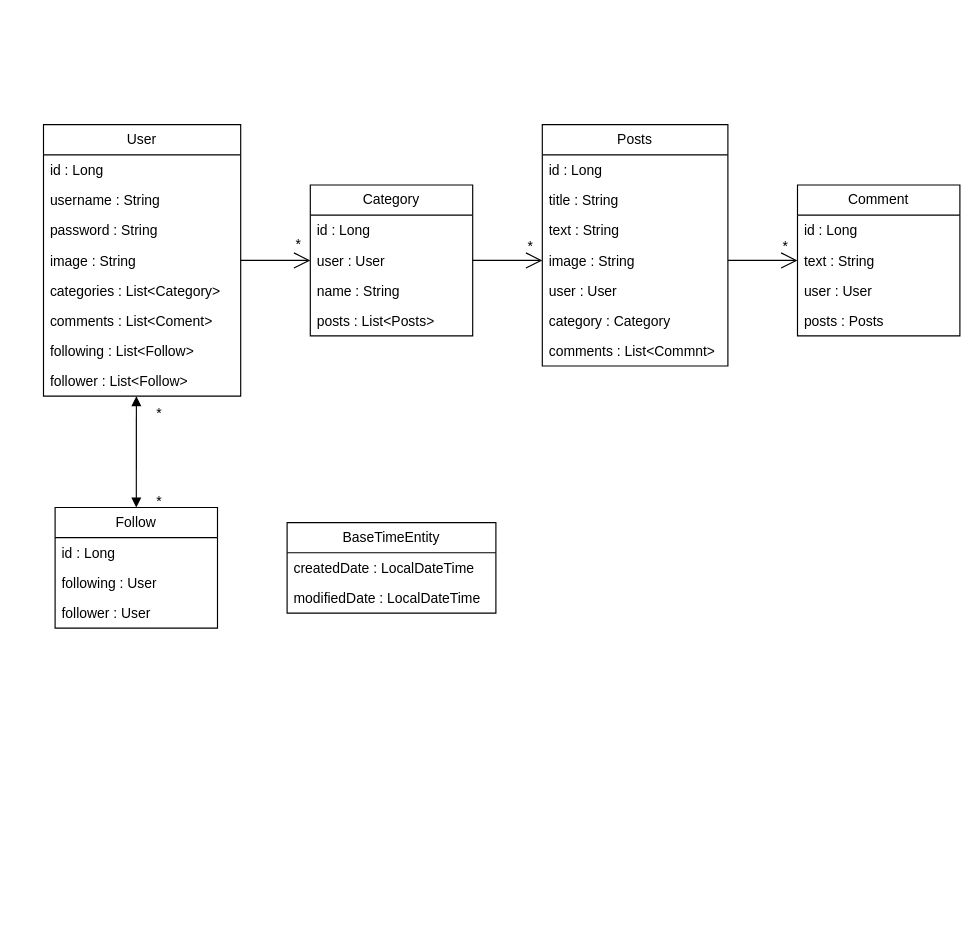
Before: collection-record-class.drawio in seo92js/collection-record, a draw.io diagram. Source tidied: cells renumbered, new cells numbered last; positions are measured from the earlier drawing's top-left corner, leaving out a move shared by most shapes. Both pictures are drawn from the tidied source at 116%, with x=0, y=0 at pixel (43, 124).
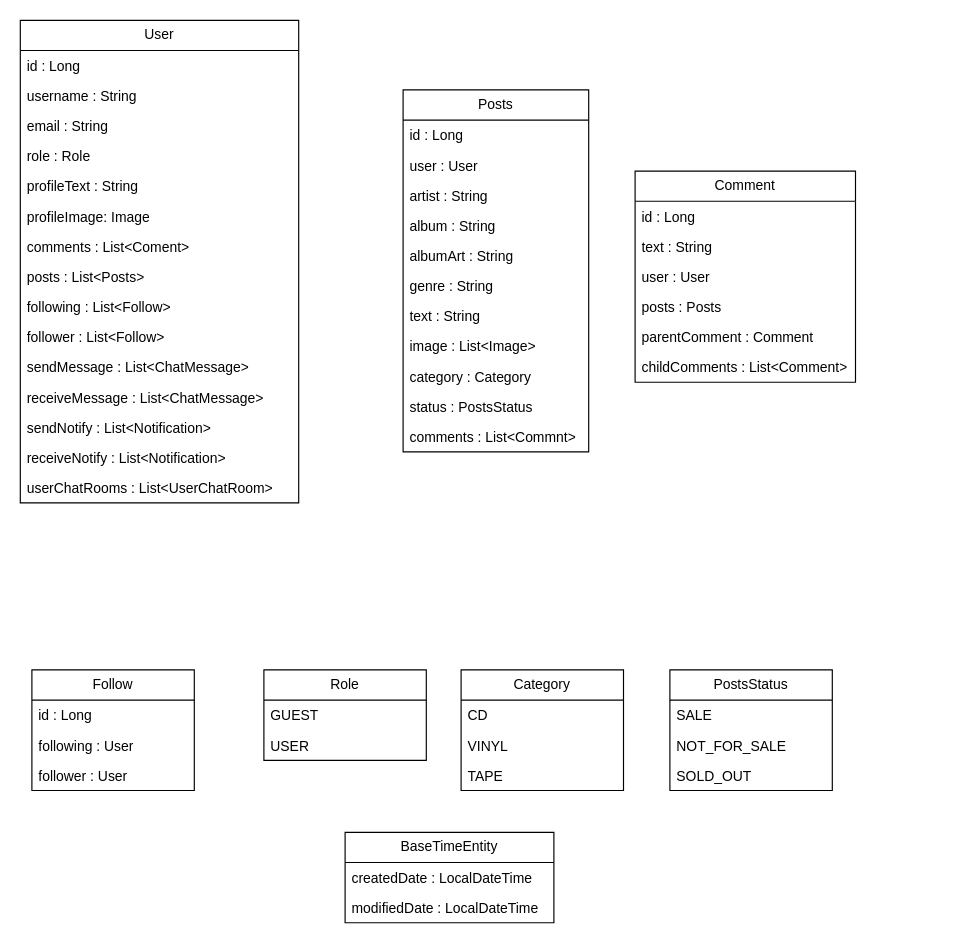
The same page after the edit.

Change to the diagram source:
```diff
@@
     <mxCell id="2" value="User" style="swimlane;fontStyle=0;horizontal=1;startSize=26;fillColor=none;whiteSpace=wrap;html=1;" parent="1" vertex="1">
-      <mxGeometry width="170" height="234" as="geometry" />
+      <mxGeometry x="-20" y="-90" width="240" height="416" as="geometry" />
     </mxCell>
     <mxCell id="3" value="id : Long" style="text;strokeColor=none;fillColor=none;align=left;verticalAlign=top;spacingLeft=4;spacingRight=4;overflow=hidden;whiteSpace=wrap;html=1;" parent="2" vertex="1">
-      <mxGeometry y="26" width="170" height="26" as="geometry" />
+      <mxGeometry y="26" width="240" height="26" as="geometry" />
     </mxCell>
     <mxCell id="4" value="username : String" style="text;strokeColor=none;fillColor=none;align=left;verticalAlign=top;spacingLeft=4;spacingRight=4;overflow=hidden;whiteSpace=wrap;html=1;" parent="2" vertex="1">
-      <mxGeometry y="52" width="170" height="26" as="geometry" />
+      <mxGeometry y="52" width="240" height="26" as="geometry" />
     </mxCell>
-    <mxCell id="5" value="password : String" style="text;strokeColor=none;fillColor=none;align=left;verticalAlign=top;spacingLeft=4;spacingRight=4;overflow=hidden;whiteSpace=wrap;html=1;" parent="2" vertex="1">
-      <mxGeometry y="78" width="170" height="26" as="geometry" />
+    <mxCell id="5" value="email&amp;nbsp;: String" style="text;strokeColor=none;fillColor=none;align=left;verticalAlign=top;spacingLeft=4;spacingRight=4;overflow=hidden;whiteSpace=wrap;html=1;" parent="2" vertex="1">
+      <mxGeometry y="78" width="240" height="26" as="geometry" />
     </mxCell>
-    <mxCell id="6" value="image : String" style="text;strokeColor=none;fillColor=none;align=left;verticalAlign=top;spacingLeft=4;spacingRight=4;overflow=hidden;points=[[0,0.5],[1,0.5]];portConstraint=eastwest;whiteSpace=wrap;html=1;" parent="2" vertex="1">
-      <mxGeometry y="104" width="170" height="26" as="geometry" />
+    <mxCell id="6" value="role : Role" style="text;strokeColor=none;fillColor=none;align=left;verticalAlign=top;spacingLeft=4;spacingRight=4;overflow=hidden;points=[[0,0.5],[1,0.5]];portConstraint=eastwest;whiteSpace=wrap;html=1;" parent="2" vertex="1">
+      <mxGeometry y="104" width="240" height="26" as="geometry" />
     </mxCell>
-    <mxCell id="7" value="categories : List&amp;lt;Category&amp;gt;&lt;br&gt;" style="text;strokeColor=none;fillColor=none;align=left;verticalAlign=top;spacingLeft=4;spacingRight=4;overflow=hidden;whiteSpace=wrap;html=1;" parent="2" vertex="1">
-      <mxGeometry y="130" width="170" height="26" as="geometry" />
-    </mxCell>
+    <mxCell id="45" value="profileText : String" style="text;strokeColor=none;fillColor=none;align=left;verticalAlign=top;spacingLeft=4;spacingRight=4;overflow=hidden;whiteSpace=wrap;html=1;" parent="2" vertex="1">
+      <mxGeometry y="130" width="240" height="26" as="geometry" />
+    </mxCell>
+    <mxCell id="46" value="profileImage: Image" style="text;strokeColor=none;fillColor=none;align=left;verticalAlign=top;spacingLeft=4;spacingRight=4;overflow=hidden;whiteSpace=wrap;html=1;" parent="2" vertex="1">
+      <mxGeometry y="156" width="240" height="26" as="geometry" />
+    </mxCell>
     <mxCell id="8" value="comments : List&amp;lt;Coment&amp;gt;" style="text;strokeColor=none;fillColor=none;align=left;verticalAlign=top;spacingLeft=4;spacingRight=4;overflow=hidden;whiteSpace=wrap;html=1;" parent="2" vertex="1">
-      <mxGeometry y="156" width="170" height="26" as="geometry" />
+      <mxGeometry y="182" width="240" height="26" as="geometry" />
     </mxCell>
+    <mxCell id="15" value="posts : List&amp;lt;Posts&amp;gt;" style="text;strokeColor=none;fillColor=none;align=left;verticalAlign=top;spacingLeft=4;spacingRight=4;overflow=hidden;whiteSpace=wrap;html=1;" parent="2" vertex="1">
+      <mxGeometry y="208" width="240" height="26" as="geometry" />
+    </mxCell>
     <mxCell id="9" value="following : List&amp;lt;Follow&amp;gt;" style="text;strokeColor=none;fillColor=none;align=left;verticalAlign=top;spacingLeft=4;spacingRight=4;overflow=hidden;whiteSpace=wrap;html=1;" parent="2" vertex="1">
-      <mxGeometry y="182" width="170" height="26" as="geometry" />
+      <mxGeometry y="234" width="240" height="26" as="geometry" />
     </mxCell>
     <mxCell id="10" value="follower : List&amp;lt;Follow&amp;gt;" style="text;strokeColor=none;fillColor=none;align=left;verticalAlign=top;spacingLeft=4;spacingRight=4;overflow=hidden;points=[[0,0.5],[1,0.5]];portConstraint=eastwest;whiteSpace=wrap;html=1;" parent="2" vertex="1">
-      <mxGeometry y="208" width="170" height="26" as="geometry" />
+      <mxGeometry y="260" width="240" height="26" as="geometry" />
     </mxCell>
+    <mxCell id="47" value="sendMessage : List&amp;lt;ChatMessage&amp;gt;" style="text;strokeColor=none;fillColor=none;align=left;verticalAlign=top;spacingLeft=4;spacingRight=4;overflow=hidden;whiteSpace=wrap;html=1;" parent="2" vertex="1">
+      <mxGeometry y="286" width="240" height="26" as="geometry" />
+    </mxCell>
+    <mxCell id="48" value="receiveMessage : List&amp;lt;ChatMessage&amp;gt;" style="text;strokeColor=none;fillColor=none;align=left;verticalAlign=top;spacingLeft=4;spacingRight=4;overflow=hidden;whiteSpace=wrap;html=1;" parent="2" vertex="1">
+      <mxGeometry y="312" width="240" height="26" as="geometry" />
+    </mxCell>
+    <mxCell id="49" value="sendNotify : List&amp;lt;Notification&amp;gt;" style="text;strokeColor=none;fillColor=none;align=left;verticalAlign=top;spacingLeft=4;spacingRight=4;overflow=hidden;whiteSpace=wrap;html=1;" parent="2" vertex="1">
+      <mxGeometry y="338" width="240" height="26" as="geometry" />
+    </mxCell>
+    <mxCell id="50" value="receiveNotify : List&amp;lt;Notification&amp;gt;" style="text;strokeColor=none;fillColor=none;align=left;verticalAlign=top;spacingLeft=4;spacingRight=4;overflow=hidden;whiteSpace=wrap;html=1;" parent="2" vertex="1">
+      <mxGeometry y="364" width="240" height="26" as="geometry" />
+    </mxCell>
+    <mxCell id="7" value="userChatRooms : List&amp;lt;UserChatRoom&amp;gt;" style="text;strokeColor=none;fillColor=none;align=left;verticalAlign=top;spacingLeft=4;spacingRight=4;overflow=hidden;whiteSpace=wrap;html=1;" parent="2" vertex="1">
+      <mxGeometry y="390" width="240" height="26" as="geometry" />
+    </mxCell>
     <mxCell id="11" value="Category" style="swimlane;fontStyle=0;horizontal=1;startSize=26;fillColor=none;whiteSpace=wrap;html=1;" parent="1" vertex="1">
-      <mxGeometry x="230" y="52" width="140" height="130" as="geometry" />
+      <mxGeometry x="360" y="470" width="140" height="104" as="geometry" />
     </mxCell>
-    <mxCell id="12" value="id : Long" style="text;strokeColor=none;fillColor=none;align=left;verticalAlign=top;spacingLeft=4;spacingRight=4;overflow=hidden;whiteSpace=wrap;html=1;" parent="11" vertex="1">
+    <mxCell id="12" value="CD" style="text;strokeColor=none;fillColor=none;align=left;verticalAlign=top;spacingLeft=4;spacingRight=4;overflow=hidden;whiteSpace=wrap;html=1;" parent="11" vertex="1">
       <mxGeometry y="26" width="140" height="26" as="geometry" />
     </mxCell>
-    <mxCell id="13" value="user : User" style="text;strokeColor=none;fillColor=none;align=left;verticalAlign=top;spacingLeft=4;spacingRight=4;overflow=hidden;points=[[0,0.5],[1,0.5]];portConstraint=eastwest;whiteSpace=wrap;html=1;" parent="11" vertex="1">
+    <mxCell id="13" value="VINYL" style="text;strokeColor=none;fillColor=none;align=left;verticalAlign=top;spacingLeft=4;spacingRight=4;overflow=hidden;points=[[0,0.5],[1,0.5]];portConstraint=eastwest;whiteSpace=wrap;html=1;" parent="11" vertex="1">
       <mxGeometry y="52" width="140" height="26" as="geometry" />
     </mxCell>
-    <mxCell id="14" value="name : String" style="text;strokeColor=none;fillColor=none;align=left;verticalAlign=top;spacingLeft=4;spacingRight=4;overflow=hidden;whiteSpace=wrap;html=1;" parent="11" vertex="1">
+    <mxCell id="14" value="TAPE" style="text;strokeColor=none;fillColor=none;align=left;verticalAlign=top;spacingLeft=4;spacingRight=4;overflow=hidden;whiteSpace=wrap;html=1;" parent="11" vertex="1">
       <mxGeometry y="78" width="140" height="26" as="geometry" />
     </mxCell>
-    <mxCell id="15" value="posts : List&amp;lt;Posts&amp;gt;" style="text;strokeColor=none;fillColor=none;align=left;verticalAlign=top;spacingLeft=4;spacingRight=4;overflow=hidden;whiteSpace=wrap;html=1;" parent="11" vertex="1">
-      <mxGeometry y="104" width="140" height="26" as="geometry" />
-    </mxCell>
     <mxCell id="16" value="Posts" style="swimlane;fontStyle=0;horizontal=1;startSize=26;fillColor=none;whiteSpace=wrap;html=1;" parent="1" vertex="1">
-      <mxGeometry x="430" width="160" height="208" as="geometry" />
+      <mxGeometry x="310" y="-30" width="160" height="312" as="geometry" />
     </mxCell>
@@
-    <mxCell id="18" value="title : String" style="text;strokeColor=none;fillColor=none;align=left;verticalAlign=top;spacingLeft=4;spacingRight=4;overflow=hidden;whiteSpace=wrap;html=1;" parent="16" vertex="1">
-      <mxGeometry y="52" width="160" height="26" as="geometry" />
-    </mxCell>
+    <mxCell id="21" value="user : User" style="text;strokeColor=none;fillColor=none;align=left;verticalAlign=top;spacingLeft=4;spacingRight=4;overflow=hidden;whiteSpace=wrap;html=1;" parent="16" vertex="1">
+      <mxGeometry y="52" width="160" height="26" as="geometry" />
+    </mxCell>
+    <mxCell id="51" value="artist : String" style="text;strokeColor=none;fillColor=none;align=left;verticalAlign=top;spacingLeft=4;spacingRight=4;overflow=hidden;whiteSpace=wrap;html=1;" parent="16" vertex="1">
+      <mxGeometry y="78" width="160" height="26" as="geometry" />
+    </mxCell>
+    <mxCell id="52" value="album : String" style="text;strokeColor=none;fillColor=none;align=left;verticalAlign=top;spacingLeft=4;spacingRight=4;overflow=hidden;whiteSpace=wrap;html=1;" parent="16" vertex="1">
+      <mxGeometry y="104" width="160" height="26" as="geometry" />
+    </mxCell>
+    <mxCell id="53" value="albumArt : String" style="text;strokeColor=none;fillColor=none;align=left;verticalAlign=top;spacingLeft=4;spacingRight=4;overflow=hidden;whiteSpace=wrap;html=1;" parent="16" vertex="1">
+      <mxGeometry y="130" width="160" height="26" as="geometry" />
+    </mxCell>
+    <mxCell id="54" value="genre : String" style="text;strokeColor=none;fillColor=none;align=left;verticalAlign=top;spacingLeft=4;spacingRight=4;overflow=hidden;whiteSpace=wrap;html=1;" parent="16" vertex="1">
+      <mxGeometry y="156" width="160" height="26" as="geometry" />
+    </mxCell>
     <mxCell id="19" value="text : String" style="text;strokeColor=none;fillColor=none;align=left;verticalAlign=top;spacingLeft=4;spacingRight=4;overflow=hidden;whiteSpace=wrap;html=1;" parent="16" vertex="1">
-      <mxGeometry y="78" width="160" height="26" as="geometry" />
+      <mxGeometry y="182" width="160" height="26" as="geometry" />
     </mxCell>
-    <mxCell id="20" value="image : String" style="text;strokeColor=none;fillColor=none;align=left;verticalAlign=top;spacingLeft=4;spacingRight=4;overflow=hidden;points=[[0,0.5],[1,0.5]];portConstraint=eastwest;whiteSpace=wrap;html=1;" parent="16" vertex="1">
-      <mxGeometry y="104" width="160" height="26" as="geometry" />
+    <mxCell id="20" value="image : List&amp;lt;Image&amp;gt;" style="text;strokeColor=none;fillColor=none;align=left;verticalAlign=top;spacingLeft=4;spacingRight=4;overflow=hidden;points=[[0,0.5],[1,0.5]];portConstraint=eastwest;whiteSpace=wrap;html=1;" parent="16" vertex="1">
+      <mxGeometry y="208" width="160" height="26" as="geometry" />
     </mxCell>
-    <mxCell id="21" value="user : User" style="text;strokeColor=none;fillColor=none;align=left;verticalAlign=top;spacingLeft=4;spacingRight=4;overflow=hidden;whiteSpace=wrap;html=1;" parent="16" vertex="1">
-      <mxGeometry y="130" width="160" height="26" as="geometry" />
-    </mxCell>
     <mxCell id="22" value="category : Category" style="text;strokeColor=none;fillColor=none;align=left;verticalAlign=top;spacingLeft=4;spacingRight=4;overflow=hidden;whiteSpace=wrap;html=1;" parent="16" vertex="1">
-      <mxGeometry y="156" width="160" height="26" as="geometry" />
+      <mxGeometry y="234" width="160" height="26" as="geometry" />
     </mxCell>
+    <mxCell id="55" value="status : PostsStatus" style="text;strokeColor=none;fillColor=none;align=left;verticalAlign=top;spacingLeft=4;spacingRight=4;overflow=hidden;whiteSpace=wrap;html=1;" parent="16" vertex="1">
+      <mxGeometry y="260" width="160" height="26" as="geometry" />
+    </mxCell>
     <mxCell id="23" value="comments : List&amp;lt;Commnt&amp;gt;" style="text;strokeColor=none;fillColor=none;align=left;verticalAlign=top;spacingLeft=4;spacingRight=4;overflow=hidden;whiteSpace=wrap;html=1;" parent="16" vertex="1">
-      <mxGeometry y="182" width="160" height="26" as="geometry" />
+      <mxGeometry y="286" width="160" height="26" as="geometry" />
     </mxCell>
     <mxCell id="24" value="Comment" style="swimlane;fontStyle=0;horizontal=1;startSize=26;fillColor=none;whiteSpace=wrap;html=1;" parent="1" vertex="1">
-      <mxGeometry x="650" y="52" width="140" height="130" as="geometry" />
+      <mxGeometry x="510" y="40" width="190" height="182" as="geometry" />
     </mxCell>
     <mxCell id="25" value="id : Long" style="text;strokeColor=none;fillColor=none;align=left;verticalAlign=top;spacingLeft=4;spacingRight=4;overflow=hidden;whiteSpace=wrap;html=1;" parent="24" vertex="1">
-      <mxGeometry y="26" width="140" height="26" as="geometry" />
+      <mxGeometry y="26" width="190" height="26" as="geometry" />
     </mxCell>
     <mxCell id="26" value="text : String" style="text;strokeColor=none;fillColor=none;align=left;verticalAlign=top;spacingLeft=4;spacingRight=4;overflow=hidden;points=[[0,0.5],[1,0.5]];portConstraint=eastwest;whiteSpace=wrap;html=1;" parent="24" vertex="1">
-      <mxGeometry y="52" width="140" height="26" as="geometry" />
+      <mxGeometry y="52" width="190" height="26" as="geometry" />
     </mxCell>
     <mxCell id="27" value="user : User" style="text;strokeColor=none;fillColor=none;align=left;verticalAlign=top;spacingLeft=4;spacingRight=4;overflow=hidden;whiteSpace=wrap;html=1;" parent="24" vertex="1">
-      <mxGeometry y="78" width="140" height="26" as="geometry" />
+      <mxGeometry y="78" width="190" height="26" as="geometry" />
     </mxCell>
     <mxCell id="28" value="posts : Posts" style="text;strokeColor=none;fillColor=none;align=left;verticalAlign=top;spacingLeft=4;spacingRight=4;overflow=hidden;whiteSpace=wrap;html=1;" parent="24" vertex="1">
-      <mxGeometry y="104" width="140" height="26" as="geometry" />
+      <mxGeometry y="104" width="190" height="26" as="geometry" />
     </mxCell>
+    <mxCell id="56" value="parentComment : Comment" style="text;strokeColor=none;fillColor=none;align=left;verticalAlign=top;spacingLeft=4;spacingRight=4;overflow=hidden;whiteSpace=wrap;html=1;" parent="24" vertex="1">
+      <mxGeometry y="130" width="190" height="26" as="geometry" />
+    </mxCell>
+    <mxCell id="57" value="childComments : List&amp;lt;Comment&amp;gt;" style="text;strokeColor=none;fillColor=none;align=left;verticalAlign=top;spacingLeft=4;spacingRight=4;overflow=hidden;whiteSpace=wrap;html=1;" parent="24" vertex="1">
+      <mxGeometry y="156" width="190" height="26" as="geometry" />
+    </mxCell>
     <mxCell id="29" value="Follow" style="swimlane;fontStyle=0;horizontal=1;startSize=26;fillColor=none;whiteSpace=wrap;html=1;" parent="1" vertex="1">
-      <mxGeometry x="10" y="330" width="140" height="104" as="geometry" />
+      <mxGeometry x="-10" y="470" width="140" height="104" as="geometry" />
     </mxCell>
@@
-    <mxCell id="33" style="endArrow=block;startArrow=block;endFill=1;startFill=1;html=1;rounded=0;exitX=0.5;exitY=0;exitDx=0;exitDy=0;entryX=0.471;entryY=1;entryDx=0;entryDy=0;entryPerimeter=0;" parent="1" edge="1" source="29" target="10">
-      <mxGeometry relative="1" as="geometry" />
-    </mxCell>
-    <mxCell id="34" style="endArrow=open;endFill=1;endSize=12;html=1;rounded=0;exitX=1;exitY=0.5;exitDx=0;exitDy=0;entryX=0;entryY=0.5;entryDx=0;entryDy=0;" parent="1" edge="1" source="6" target="13">
-      <mxGeometry relative="1" as="geometry" />
-    </mxCell>
-    <mxCell id="35" style="endArrow=open;endFill=1;endSize=12;html=1;rounded=0;exitX=1;exitY=0.5;exitDx=0;exitDy=0;entryX=0;entryY=0.5;entryDx=0;entryDy=0;" parent="1" edge="1" source="13" target="20">
-      <mxGeometry relative="1" as="geometry" />
-    </mxCell>
-    <mxCell id="36" style="endArrow=open;endFill=1;endSize=12;html=1;rounded=0;exitX=1;exitY=0.5;exitDx=0;exitDy=0;entryX=0;entryY=0.5;entryDx=0;entryDy=0;" parent="1" edge="1" source="20" target="26">
-      <mxGeometry relative="1" as="geometry" />
-    </mxCell>
-    <mxCell id="37" value="*" style="text;html=1;strokeColor=none;fillColor=none;align=center;verticalAlign=middle;whiteSpace=wrap;rounded=0;" parent="1" vertex="1">
-      <mxGeometry x="190" y="89" width="60" height="30" as="geometry" />
-    </mxCell>
-    <mxCell id="38" value="*" style="text;html=1;strokeColor=none;fillColor=none;align=center;verticalAlign=middle;whiteSpace=wrap;rounded=0;" parent="1" vertex="1">
-      <mxGeometry x="390" y="90" width="60" height="30" as="geometry" />
-    </mxCell>
-    <mxCell id="39" value="*" style="text;html=1;strokeColor=none;fillColor=none;align=center;verticalAlign=middle;whiteSpace=wrap;rounded=0;" parent="1" vertex="1">
-      <mxGeometry x="610" y="90" width="60" height="30" as="geometry" />
-    </mxCell>
-    <mxCell id="40" value="*" style="text;html=1;strokeColor=none;fillColor=none;align=center;verticalAlign=middle;whiteSpace=wrap;rounded=0;" parent="1" vertex="1">
-      <mxGeometry x="70" y="234" width="60" height="30" as="geometry" />
-    </mxCell>
-    <mxCell id="41" value="*" style="text;html=1;strokeColor=none;fillColor=none;align=center;verticalAlign=middle;whiteSpace=wrap;rounded=0;" parent="1" vertex="1">
-      <mxGeometry x="70" y="310" width="60" height="30" as="geometry" />
-    </mxCell>
     <mxCell id="42" value="BaseTimeEntity" style="swimlane;fontStyle=0;horizontal=1;startSize=26;fillColor=none;whiteSpace=wrap;html=1;" parent="1" vertex="1">
-      <mxGeometry x="210" y="343" width="180" height="78" as="geometry" />
+      <mxGeometry x="260" y="610" width="180" height="78" as="geometry" />
     </mxCell>
@@
+    <mxCell id="58" value="Role" style="swimlane;fontStyle=0;horizontal=1;startSize=26;fillColor=none;whiteSpace=wrap;html=1;" parent="1" vertex="1">
+      <mxGeometry x="190" y="470" width="140" height="78" as="geometry" />
+    </mxCell>
+    <mxCell id="59" value="GUEST" style="text;strokeColor=none;fillColor=none;align=left;verticalAlign=top;spacingLeft=4;spacingRight=4;overflow=hidden;whiteSpace=wrap;html=1;" parent="58" vertex="1">
+      <mxGeometry y="26" width="140" height="26" as="geometry" />
+    </mxCell>
+    <mxCell id="60" value="USER" style="text;strokeColor=none;fillColor=none;align=left;verticalAlign=top;spacingLeft=4;spacingRight=4;overflow=hidden;whiteSpace=wrap;html=1;" parent="58" vertex="1">
+      <mxGeometry y="52" width="140" height="26" as="geometry" />
+    </mxCell>
+    <mxCell id="61" value="PostsStatus" style="swimlane;fontStyle=0;horizontal=1;startSize=26;fillColor=none;whiteSpace=wrap;html=1;" parent="1" vertex="1">
+      <mxGeometry x="540" y="470" width="140" height="104" as="geometry" />
+    </mxCell>
+    <mxCell id="62" value="SALE" style="text;strokeColor=none;fillColor=none;align=left;verticalAlign=top;spacingLeft=4;spacingRight=4;overflow=hidden;whiteSpace=wrap;html=1;" parent="61" vertex="1">
+      <mxGeometry y="26" width="140" height="26" as="geometry" />
+    </mxCell>
+    <mxCell id="63" value="NOT_FOR_SALE" style="text;strokeColor=none;fillColor=none;align=left;verticalAlign=top;spacingLeft=4;spacingRight=4;overflow=hidden;whiteSpace=wrap;html=1;" parent="61" vertex="1">
+      <mxGeometry y="52" width="140" height="26" as="geometry" />
+    </mxCell>
+    <mxCell id="64" value="SOLD_OUT" style="text;strokeColor=none;fillColor=none;align=left;verticalAlign=top;spacingLeft=4;spacingRight=4;overflow=hidden;whiteSpace=wrap;html=1;" parent="61" vertex="1">
+      <mxGeometry y="78" width="140" height="26" as="geometry" />
+    </mxCell>
```
